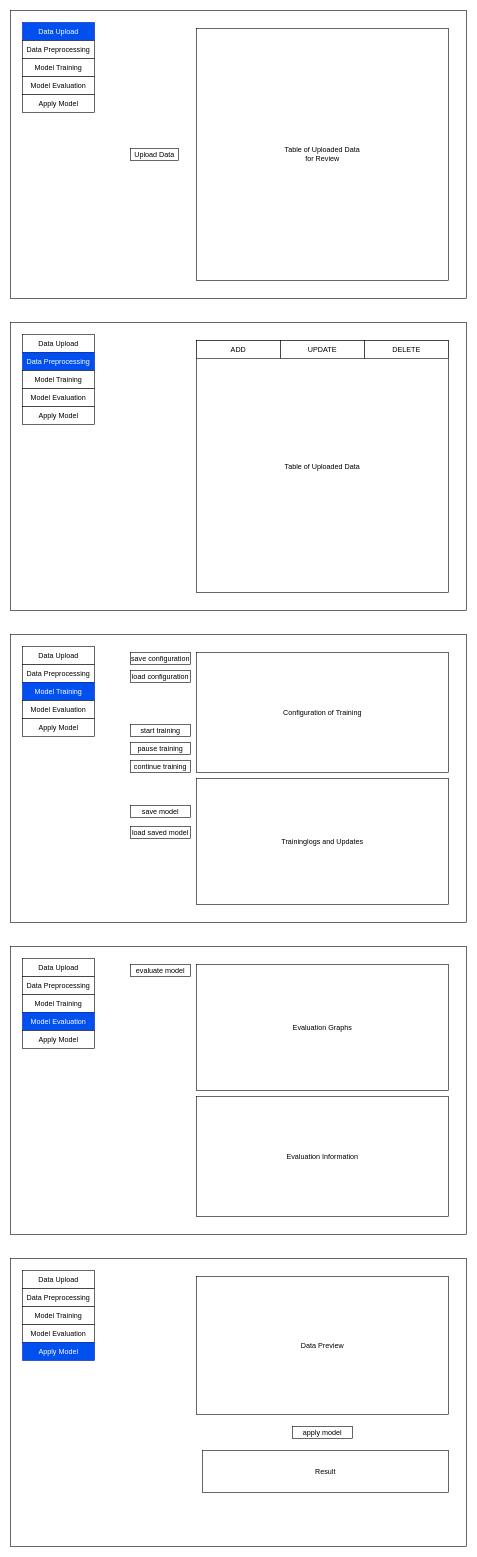
Peetee06/tnyML keeps this draw.io diagram as Wireframe_WE.drawio. Above is the earlier version. Source tidied: cells renumbered, new cells numbered last; positions are measured from the earlier drawing's top-left corner, leaving out a move shared by most shapes. Both pictures are drawn from the tidied source at 60%, with x=0, y=0 at pixel (10, 10).
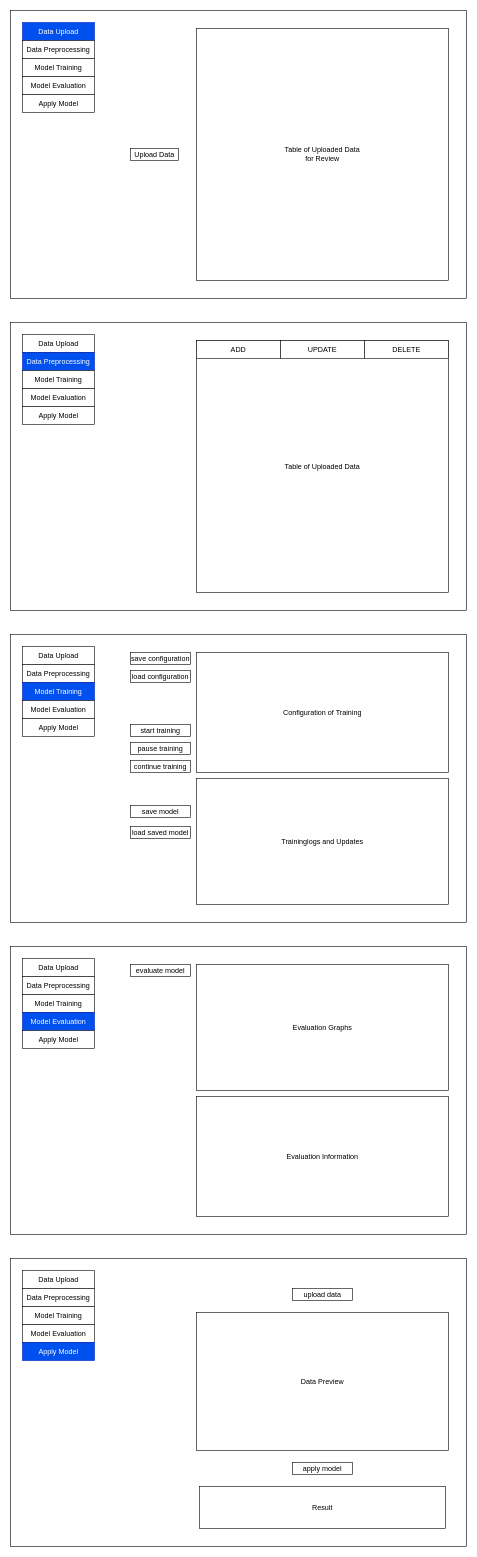
The same diagram, later.

Commit message:
Update to Full Verson Wireframe_WE.drawio

Diff of the diagram source:
```diff
@@
     <mxCell id="56" value="Data Preview" style="rounded=0;whiteSpace=wrap;html=1;" parent="1" vertex="1">
-      <mxGeometry x="310" y="2110" width="420" height="230" as="geometry" />
+      <mxGeometry x="310" y="2170" width="420" height="230" as="geometry" />
     </mxCell>
     <mxCell id="57" value="apply model" style="rounded=0;whiteSpace=wrap;html=1;" parent="1" vertex="1">
-      <mxGeometry x="470" y="2360" width="100" height="20" as="geometry" />
+      <mxGeometry x="470" y="2420" width="100" height="20" as="geometry" />
     </mxCell>
     <mxCell id="58" value="Result" style="rounded=0;whiteSpace=wrap;html=1;" parent="1" vertex="1">
-      <mxGeometry x="320" y="2400" width="410" height="70" as="geometry" />
+      <mxGeometry x="315" y="2460" width="410" height="70" as="geometry" />
     </mxCell>
+    <mxCell id="59" value="upload data" style="rounded=0;whiteSpace=wrap;html=1;" parent="1" vertex="1">
+      <mxGeometry x="470" y="2130" width="100" height="20" as="geometry" />
+    </mxCell>
```
